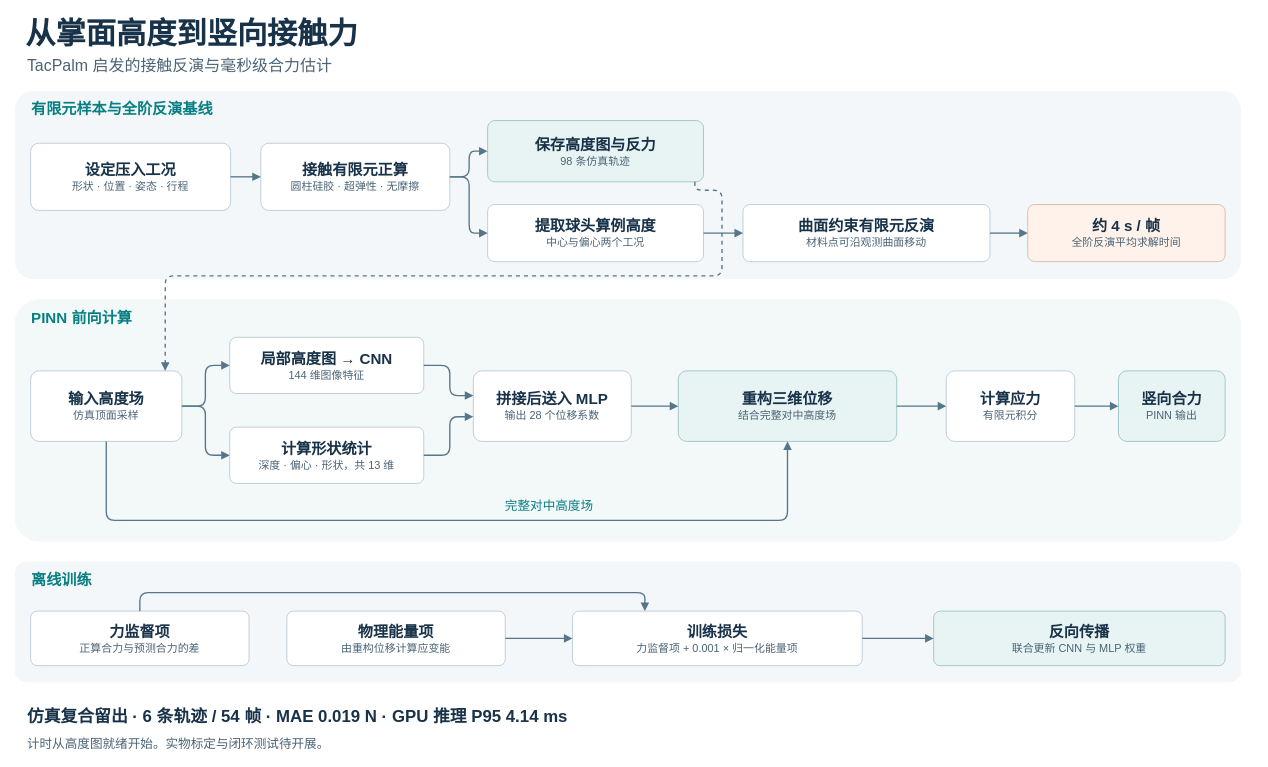
peizanjia/palm-stress-reconstruction keeps this draw.io diagram as results/stage-02-inverse/surface-generalization/20261122_email_figures/05_technical_flow.drawio. Above is the earlier version. Source tidied: cells renumbered, new cells numbered last; positions are measured from the earlier drawing's top-left corner, leaving out a move shared by most shapes. Both pictures are drawn from the tidied source at 84%, with x=0, y=0 at pixel (14, 14).
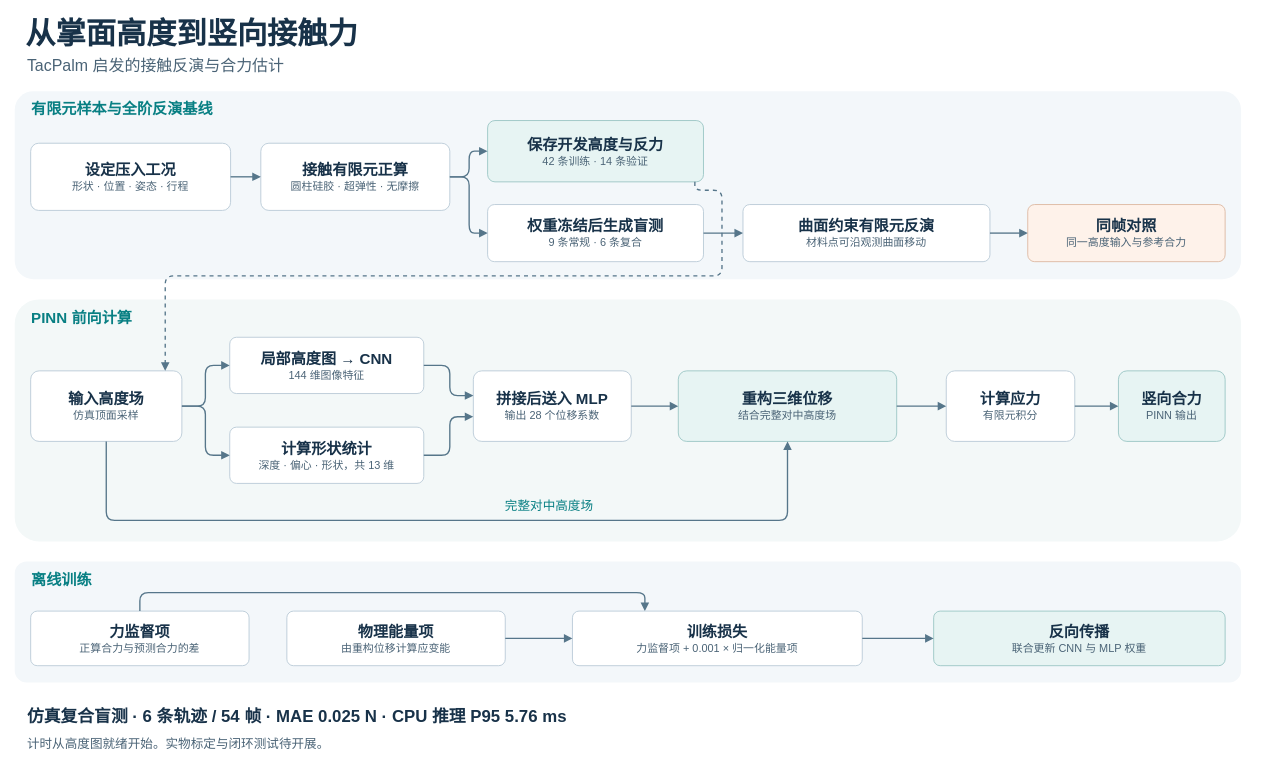
After the change.

The edit, as a diff of the source:
```diff
@@
-    <mxCell id="10" value="&lt;b style=&quot;font-size:18px;&quot;&gt;保存高度图与反力&lt;/b&gt;&lt;br&gt;&lt;span style=&quot;font-size:13px;color:#4A6376;&quot;&gt;98 条仿真轨迹&lt;/span&gt;" style="rounded=1;arcSize=12;whiteSpace=wrap;html=1;align=center;verticalAlign=middle;fillColor=#E7F4F3;strokeColor=#96C3C1;fontFamily=Microsoft YaHei;fontColor=#183249;" parent="1" vertex="1">
+    <mxCell id="10" value="&lt;b style=&quot;font-size:18px;&quot;&gt;保存开发高度与反力&lt;/b&gt;&lt;br&gt;&lt;span style=&quot;font-size:13px;color:#4A6376;&quot;&gt;42 条训练 · 14 条验证&lt;/span&gt;" style="rounded=1;arcSize=12;whiteSpace=wrap;html=1;align=center;verticalAlign=middle;fillColor=#E7F4F3;strokeColor=#96C3C1;fontFamily=Microsoft YaHei;fontColor=#183249;" parent="1" vertex="1">
       <mxGeometry x="563" y="126" width="257" height="73" as="geometry" />
     </mxCell>
-    <mxCell id="11" value="&lt;b style=&quot;font-size:18px;&quot;&gt;提取球头算例高度&lt;/b&gt;&lt;br&gt;&lt;span style=&quot;font-size:13px;color:#4A6376;&quot;&gt;中心与偏心两个工况&lt;/span&gt;" style="rounded=1;arcSize=12;whiteSpace=wrap;html=1;align=center;verticalAlign=middle;fillColor=#FFFFFF;strokeColor=#B5C8D5;fontFamily=Microsoft YaHei;fontColor=#183249;" parent="1" vertex="1">
+    <mxCell id="11" value="&lt;b style=&quot;font-size:18px;&quot;&gt;权重冻结后生成盲测&lt;/b&gt;&lt;br&gt;&lt;span style=&quot;font-size:13px;color:#4A6376;&quot;&gt;9 条常规 · 6 条复合&lt;/span&gt;" style="rounded=1;arcSize=12;whiteSpace=wrap;html=1;align=center;verticalAlign=middle;fillColor=#FFFFFF;strokeColor=#B5C8D5;fontFamily=Microsoft YaHei;fontColor=#183249;" parent="1" vertex="1">
       <mxGeometry x="563" y="226" width="257" height="68" as="geometry" />
     </mxCell>
@@
-    <mxCell id="13" value="&lt;b style=&quot;font-size:18px;&quot;&gt;约 4 s / 帧&lt;/b&gt;&lt;br&gt;&lt;span style=&quot;font-size:13px;color:#4A6376;&quot;&gt;全阶反演平均求解时间&lt;/span&gt;" style="rounded=1;arcSize=12;whiteSpace=wrap;html=1;align=center;verticalAlign=middle;fillColor=#FEF2EA;strokeColor=#DAB49D;fontFamily=Microsoft YaHei;fontColor=#183249;" parent="1" vertex="1">
+    <mxCell id="13" value="&lt;b style=&quot;font-size:18px;&quot;&gt;同帧对照&lt;/b&gt;&lt;br&gt;&lt;span style=&quot;font-size:13px;color:#4A6376;&quot;&gt;同一高度输入与参考合力&lt;/span&gt;" style="rounded=1;arcSize=12;whiteSpace=wrap;html=1;align=center;verticalAlign=middle;fillColor=#FEF2EA;strokeColor=#DAB49D;fontFamily=Microsoft YaHei;fontColor=#183249;" parent="1" vertex="1">
       <mxGeometry x="1206" y="226" width="235" height="68" as="geometry" />
     </mxCell>
@@
-    <mxCell id="43" value="TacPalm 启发的接触反演与毫秒级合力估计" style="text;html=1;strokeColor=none;fillColor=none;align=left;verticalAlign=middle;spacing=0;fontFamily=Microsoft YaHei;fontSize=19;fontColor=#4A6376;fontStyle=0;" parent="1" vertex="1">
+    <mxCell id="43" value="TacPalm 启发的接触反演与合力估计" style="text;html=1;strokeColor=none;fillColor=none;align=left;verticalAlign=middle;spacing=0;fontFamily=Microsoft YaHei;fontSize=19;fontColor=#4A6376;fontStyle=0;" parent="1" vertex="1">
       <mxGeometry x="15" y="48.5" width="1461" height="27" as="geometry" />
     </mxCell>
@@
-    <mxCell id="45" value="仿真复合留出  ·  6 条轨迹 / 54 帧  ·  MAE 0.019 N  ·  GPU 推理 P95 4.14 ms" style="text;html=1;strokeColor=none;fillColor=none;align=left;verticalAlign=middle;spacing=0;fontFamily=Microsoft YaHei;fontSize=20;fontColor=#183249;fontStyle=1;" parent="1" vertex="1">
+    <mxCell id="45" value="仿真复合盲测  ·  6 条轨迹 / 54 帧  ·  MAE 0.025 N  ·  CPU 推理 P95 5.76 ms" style="text;html=1;strokeColor=none;fillColor=none;align=left;verticalAlign=middle;spacing=0;fontFamily=Microsoft YaHei;fontSize=20;fontColor=#183249;fontStyle=1;" parent="1" vertex="1">
       <mxGeometry x="15" y="820" width="1461" height="28" as="geometry" />
     </mxCell>
```
